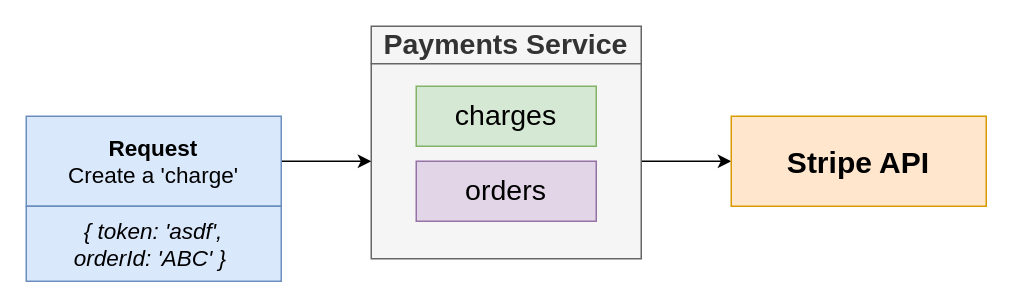
HappySuzuki/microservices-cast keeps this draw.io diagram as page "02 - payments" (3 of 8) of diagrams/10/01.drawio. Above is the earlier version. Source tidied: cells renumbered, new cells numbered last; positions are measured from the earlier drawing's top-left corner, leaving out a move shared by most shapes. Both pictures are drawn from the tidied source at 150%, with x=0, y=0 at pixel (26, 26).
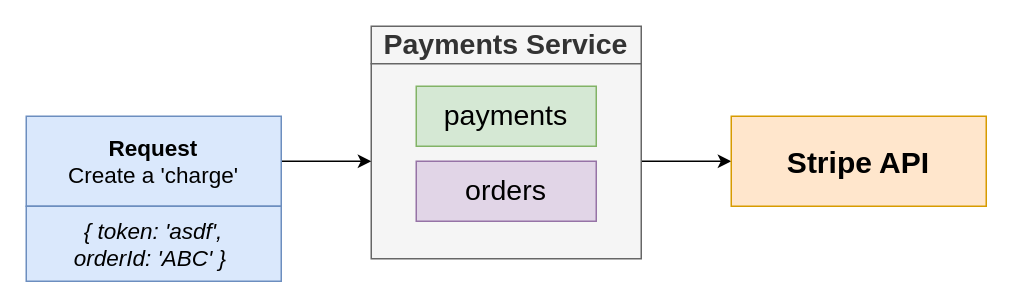
After the change.

The edit, as a diff of the source:
```diff
@@
 <mxGraphModel>
   <root>
     <mxCell id="0" />
     <mxCell id="1" parent="0" />
     <mxCell id="2" value="Payments Service" style="rounded=0;whiteSpace=wrap;html=1;fontSize=19;fillColor=#f5f5f5;strokeColor=#666666;fontColor=#333333;fontStyle=1;" parent="1" vertex="1">
       <mxGeometry x="230" width="180" height="25" as="geometry" />
     </mxCell>
     <mxCell id="3" style="edgeStyle=orthogonalEdgeStyle;rounded=0;jettySize=auto;html=1;exitX=1;exitY=0.5;exitDx=0;exitDy=0;fontSize=20;" parent="1" edge="1" source="4" target="9">
       <mxGeometry relative="1" as="geometry" />
     </mxCell>
     <mxCell id="4" style="rounded=0;whiteSpace=wrap;html=1;fontSize=22;fillColor=#f5f5f5;strokeColor=#666666;fontColor=#333333;fontStyle=1;" parent="1" vertex="1">
       <mxGeometry x="230" y="25" width="180" height="130" as="geometry" />
     </mxCell>
-    <mxCell id="5" value="charges" style="rounded=0;whiteSpace=wrap;html=1;fontSize=19;fillColor=#d5e8d4;strokeColor=#82b366;" parent="1" vertex="1">
+    <mxCell id="5" value="payments" style="rounded=0;whiteSpace=wrap;html=1;fontSize=19;fillColor=#d5e8d4;strokeColor=#82b366;" parent="1" vertex="1">
       <mxGeometry x="260" y="40" width="120" height="40" as="geometry" />
     </mxCell>
     <mxCell id="6" value="orders" style="rounded=0;whiteSpace=wrap;html=1;fontSize=19;fillColor=#e1d5e7;strokeColor=#9673a6;" parent="1" vertex="1">
       <mxGeometry x="260" y="90" width="120" height="40" as="geometry" />
     </mxCell>
     <mxCell id="7" style="edgeStyle=orthogonalEdgeStyle;rounded=0;jettySize=auto;html=1;exitX=1;exitY=0.5;exitDx=0;exitDy=0;fontSize=15;" parent="1" edge="1" source="8" target="4">
       <mxGeometry relative="1" as="geometry" />
     </mxCell>
     <mxCell id="8" value="&lt;b&gt;Request &lt;/b&gt;&lt;br&gt;Create a 'charge'" style="rounded=0;whiteSpace=wrap;html=1;fillColor=#dae8fc;strokeColor=#6c8ebf;fontSize=15;" parent="1" vertex="1">
       <mxGeometry y="60" width="170" height="60" as="geometry" />
     </mxCell>
     <mxCell id="9" value="&lt;b style=&quot;font-size: 20px;&quot;&gt;Stripe API&lt;/b&gt;" style="rounded=0;whiteSpace=wrap;html=1;fillColor=#ffe6cc;strokeColor=#d79b00;fontSize=20;" parent="1" vertex="1">
       <mxGeometry x="470" y="60" width="170" height="60" as="geometry" />
     </mxCell>
     <mxCell id="10" value="{ token: 'asdf', &lt;br&gt;orderId: 'ABC' }&lt;b&gt;&amp;nbsp;&lt;/b&gt;" style="rounded=0;whiteSpace=wrap;html=1;fillColor=#dae8fc;strokeColor=#6c8ebf;fontSize=15;fontStyle=2;" parent="1" vertex="1">
       <mxGeometry y="120" width="170" height="50" as="geometry" />
     </mxCell>
   </root>
 </mxGraphModel>
```
